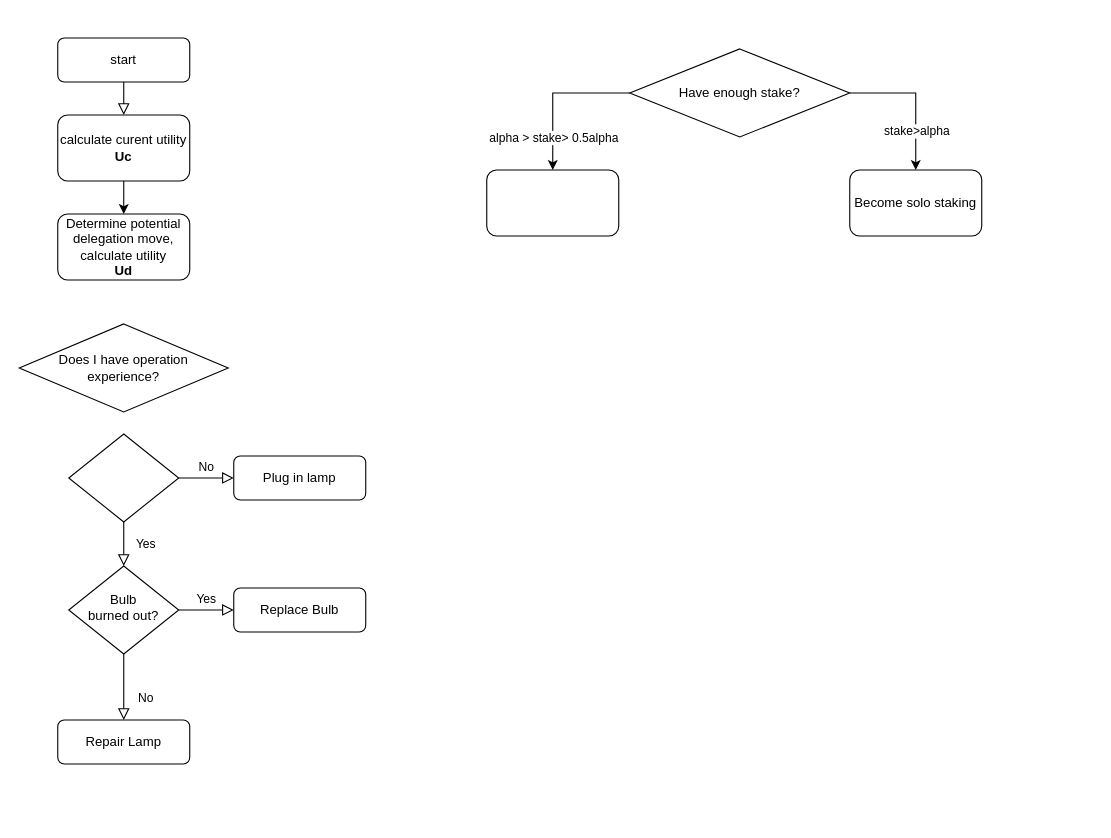
Above: 未命名绘图.drawio in miyinan/Rewards-Sharing-Simulation-Engine (draw.io), before the change. Source tidied: cells renumbered, new cells numbered last; positions are measured from the earlier drawing's top-left corner, leaving out a move shared by most shapes. Both pictures are drawn from the tidied source at 110%, with x=0, y=0 at pixel (19, 37).
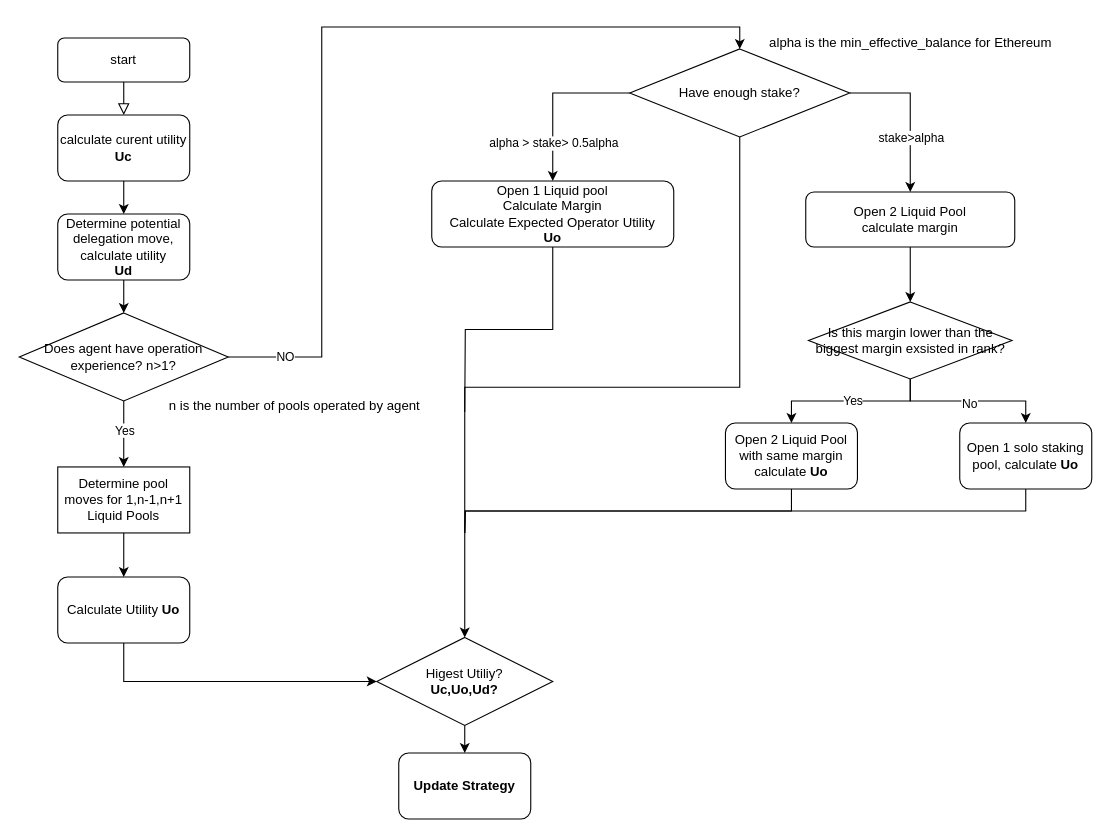
The same page after the edit.

The change refers to these unchanged cells:
```xml
<mxCell id="15" value="Determine potential delegation move, calculate utility&lt;br&gt;&lt;b&gt;Ud&lt;/b&gt;" style="rounded=1;whiteSpace=wrap;html=1;" parent="1" vertex="1">
  <mxGeometry x="35" y="160" width="120" height="60" as="geometry" />
</mxCell>
<mxCell id="19" style="edgeStyle=orthogonalEdgeStyle;rounded=0;jettySize=auto;html=1;exitX=1;exitY=0.5;exitDx=0;exitDy=0;" parent="1" edge="1" source="21" target="22">
  <mxGeometry relative="1" as="geometry" />
</mxCell>
<mxCell id="21" value="Have enough stake?" style="rhombus;whiteSpace=wrap;html=1;" parent="1" vertex="1">
  <mxGeometry x="555" y="10" width="200" height="80" as="geometry" />
</mxCell>
```

Change to the diagram source:
```diff
@@
-    <mxCell id="4" value="Yes" style="rounded=0;html=1;jettySize=auto;fontSize=11;endArrow=block;endFill=0;endSize=8;strokeWidth=1;shadow=0;labelBackgroundColor=none;edgeStyle=orthogonalEdgeStyle;" parent="1" edge="1" source="6" target="10">
-      <mxGeometry y="20" relative="1" as="geometry" />
-    </mxCell>
-    <mxCell id="5" value="No" style="edgeStyle=orthogonalEdgeStyle;rounded=0;html=1;jettySize=auto;fontSize=11;endArrow=block;endFill=0;endSize=8;strokeWidth=1;shadow=0;labelBackgroundColor=none;" parent="1" edge="1" source="6" target="7">
-      <mxGeometry y="10" relative="1" as="geometry" />
-    </mxCell>
-    <mxCell id="6" style="rhombus;whiteSpace=wrap;html=1;shadow=0;fontFamily=Helvetica;fontSize=12;align=center;strokeWidth=1;spacing=6;spacingTop=-4;" parent="1" vertex="1">
-      <mxGeometry x="45" y="360" width="100" height="80" as="geometry" />
-    </mxCell>
-    <mxCell id="7" value="Plug in lamp" style="rounded=1;whiteSpace=wrap;html=1;fontSize=12;glass=0;strokeWidth=1;shadow=0;" parent="1" vertex="1">
-      <mxGeometry x="195" y="380" width="120" height="40" as="geometry" />
-    </mxCell>
-    <mxCell id="8" value="No" style="rounded=0;html=1;jettySize=auto;fontSize=11;endArrow=block;endFill=0;endSize=8;strokeWidth=1;shadow=0;labelBackgroundColor=none;edgeStyle=orthogonalEdgeStyle;" parent="1" edge="1" source="10" target="11">
-      <mxGeometry x="0.33" y="20" relative="1" as="geometry" />
-    </mxCell>
-    <mxCell id="9" value="Yes" style="edgeStyle=orthogonalEdgeStyle;rounded=0;html=1;jettySize=auto;fontSize=11;endArrow=block;endFill=0;endSize=8;strokeWidth=1;shadow=0;labelBackgroundColor=none;" parent="1" edge="1" source="10" target="12">
-      <mxGeometry y="10" relative="1" as="geometry" />
-    </mxCell>
-    <mxCell id="10" value="Bulb&lt;br&gt;burned out?" style="rhombus;whiteSpace=wrap;html=1;shadow=0;fontFamily=Helvetica;fontSize=12;align=center;strokeWidth=1;spacing=6;spacingTop=-4;" parent="1" vertex="1">
-      <mxGeometry x="45" y="480" width="100" height="80" as="geometry" />
-    </mxCell>
-    <mxCell id="11" value="Repair Lamp" style="rounded=1;whiteSpace=wrap;html=1;fontSize=12;glass=0;strokeWidth=1;shadow=0;" parent="1" vertex="1">
-      <mxGeometry x="35" y="620" width="120" height="40" as="geometry" />
-    </mxCell>
-    <mxCell id="12" value="Replace Bulb" style="rounded=1;whiteSpace=wrap;html=1;fontSize=12;glass=0;strokeWidth=1;shadow=0;" parent="1" vertex="1">
-      <mxGeometry x="195" y="500" width="120" height="40" as="geometry" />
-    </mxCell>
@@
+    <mxCell id="24" style="edgeStyle=orthogonalEdgeStyle;rounded=0;jettySize=auto;html=1;" parent="1" edge="1" source="15" target="16">
+      <mxGeometry relative="1" as="geometry" />
+    </mxCell>
@@
+    <mxCell id="25" style="edgeStyle=orthogonalEdgeStyle;rounded=0;jettySize=auto;html=1;" parent="1" edge="1" source="16" target="43">
+      <mxGeometry relative="1" as="geometry" />
+    </mxCell>
+    <mxCell id="26" value="Yes" style="edgeLabel;html=1;align=center;verticalAlign=middle;" parent="25" vertex="1">
+      <mxGeometry x="-0.15" relative="1" as="geometry" />
+    </mxCell>
+    <mxCell id="27" style="edgeStyle=orthogonalEdgeStyle;rounded=0;jettySize=auto;html=1;exitX=1;exitY=0.5;exitDx=0;exitDy=0;entryX=0.5;entryY=0;entryDx=0;entryDy=0;" parent="1" edge="1" source="16" target="21">
+      <mxGeometry relative="1" as="geometry">
+        <Array as="points">
+          <mxPoint x="275" y="290" />
+          <mxPoint x="275" y="-10" />
+          <mxPoint x="655" y="-10" />
+        </Array>
+      </mxGeometry>
+    </mxCell>
+    <mxCell id="28" value="NO" style="edgeLabel;html=1;align=center;verticalAlign=middle;" parent="27" vertex="1">
+      <mxGeometry x="-0.87" y="1" relative="1" as="geometry" />
+    </mxCell>
-    <mxCell id="16" value="Does I have operation &lt;br&gt;experience?" style="rhombus;whiteSpace=wrap;html=1;" parent="1" vertex="1">
-      <mxGeometry y="260" width="190" height="80" as="geometry" />
+    <mxCell id="16" value="Does agent have operation &lt;br&gt;experience? n&amp;gt;1?" style="rhombus;whiteSpace=wrap;html=1;" parent="1" vertex="1">
+      <mxGeometry y="250" width="190" height="80" as="geometry" />
     </mxCell>
     <mxCell id="17" style="edgeStyle=orthogonalEdgeStyle;rounded=0;jettySize=auto;html=1;entryX=0.5;entryY=0;entryDx=0;entryDy=0;" parent="1" edge="1" source="21" target="23">
-      <mxGeometry relative="1" as="geometry" />
+      <mxGeometry relative="1" as="geometry">
+        <Array as="points">
+          <mxPoint x="485" y="50" />
+          <mxPoint x="485" y="130" />
+        </Array>
+      </mxGeometry>
     </mxCell>
@@
     <mxCell id="20" value="stake&amp;gt;alpha" style="edgeLabel;html=1;align=center;verticalAlign=middle;" parent="19" vertex="1">
-      <mxGeometry x="0.45" relative="1" as="geometry" />
+      <mxGeometry x="0.45" relative="1" as="geometry">
+        <mxPoint y="-10" as="offset" />
+      </mxGeometry>
     </mxCell>
+    <mxCell id="29" style="edgeStyle=orthogonalEdgeStyle;rounded=0;jettySize=auto;html=1;exitX=0.5;exitY=1;exitDx=0;exitDy=0;entryX=0.5;entryY=0;entryDx=0;entryDy=0;" parent="1" edge="1" source="21" target="47">
+      <mxGeometry relative="1" as="geometry" />
+    </mxCell>
@@
+    <mxCell id="30" style="edgeStyle=orthogonalEdgeStyle;rounded=0;jettySize=auto;html=1;" parent="1" edge="1" source="22" target="36">
+      <mxGeometry relative="1" as="geometry" />
+    </mxCell>
-    <mxCell id="22" value="Become solo staking" style="rounded=1;whiteSpace=wrap;html=1;" parent="1" vertex="1">
-      <mxGeometry x="755" y="120" width="120" height="60" as="geometry" />
+    <mxCell id="22" value="Open 2 Liquid Pool&lt;br&gt;calculate margin" style="rounded=1;whiteSpace=wrap;html=1;" parent="1" vertex="1">
+      <mxGeometry x="715" y="140" width="190" height="50" as="geometry" />
     </mxCell>
+    <mxCell id="31" style="edgeStyle=orthogonalEdgeStyle;rounded=0;jettySize=auto;html=1;exitX=0.5;exitY=1;exitDx=0;exitDy=0;endArrow=none;endFill=0;" parent="1" edge="1" source="23">
+      <mxGeometry relative="1" as="geometry">
+        <mxPoint x="405" y="340" as="targetPoint" />
+      </mxGeometry>
+    </mxCell>
-    <mxCell id="23" style="rounded=1;whiteSpace=wrap;html=1;" parent="1" vertex="1">
-      <mxGeometry x="425" y="120" width="120" height="60" as="geometry" />
+    <mxCell id="23" value="&lt;font style=&quot;font-size: 12px;&quot;&gt;&lt;font style=&quot;font-size: 12px;&quot;&gt;Open 1 Liquid pool&lt;br&gt;Calculate Margin&lt;br&gt;Calculate Expected Operator Utility &lt;br&gt;&lt;/font&gt;&lt;b&gt;Uo&lt;/b&gt;&lt;/font&gt;" style="rounded=1;whiteSpace=wrap;html=1;" parent="1" vertex="1">
+      <mxGeometry x="375" y="130" width="220" height="60" as="geometry" />
     </mxCell>
+    <mxCell id="32" style="edgeStyle=orthogonalEdgeStyle;rounded=0;jettySize=auto;html=1;" parent="1" edge="1" source="36" target="40">
+      <mxGeometry relative="1" as="geometry" />
+    </mxCell>
+    <mxCell id="33" value="No" style="edgeLabel;html=1;align=center;verticalAlign=middle;" parent="32" vertex="1">
+      <mxGeometry y="-2" relative="1" as="geometry" />
+    </mxCell>
+    <mxCell id="34" style="edgeStyle=orthogonalEdgeStyle;rounded=0;jettySize=auto;html=1;exitX=0.5;exitY=1;exitDx=0;exitDy=0;entryX=0.5;entryY=0;entryDx=0;entryDy=0;" parent="1" edge="1" source="36" target="38">
+      <mxGeometry relative="1" as="geometry" />
+    </mxCell>
+    <mxCell id="35" value="Yes" style="edgeLabel;html=1;align=center;verticalAlign=middle;" parent="34" vertex="1">
+      <mxGeometry x="-0.02" y="-1" relative="1" as="geometry" />
+    </mxCell>
+    <mxCell id="36" value="Is this margin lower than the biggest margin exsisted in rank?" style="rhombus;whiteSpace=wrap;html=1;" parent="1" vertex="1">
+      <mxGeometry x="717.5" y="240" width="185" height="70" as="geometry" />
+    </mxCell>
+    <mxCell id="37" style="edgeStyle=orthogonalEdgeStyle;rounded=0;jettySize=auto;html=1;exitX=0.5;exitY=1;exitDx=0;exitDy=0;horizontal=1;startArrow=none;startFill=0;endArrow=none;endFill=0;" parent="1" edge="1" source="38">
+      <mxGeometry relative="1" as="geometry">
+        <mxPoint x="405" y="450" as="targetPoint" />
+      </mxGeometry>
+    </mxCell>
+    <mxCell id="38" value="Open 2 Liquid Pool with same margin&lt;br&gt;calculate &lt;b&gt;Uo&lt;/b&gt;" style="rounded=1;whiteSpace=wrap;html=1;" parent="1" vertex="1">
+      <mxGeometry x="642" y="350" width="120" height="60" as="geometry" />
+    </mxCell>
+    <mxCell id="39" style="edgeStyle=orthogonalEdgeStyle;rounded=0;jettySize=auto;html=1;exitX=0.5;exitY=1;exitDx=0;exitDy=0;endArrow=none;endFill=0;" parent="1" edge="1" source="40">
+      <mxGeometry relative="1" as="geometry">
+        <mxPoint x="405" y="450" as="targetPoint" />
+      </mxGeometry>
+    </mxCell>
+    <mxCell id="40" value="Open 1 solo staking pool, calculate &lt;b&gt;Uo&lt;/b&gt;" style="rounded=1;whiteSpace=wrap;html=1;" parent="1" vertex="1">
+      <mxGeometry x="855" y="350" width="120" height="60" as="geometry" />
+    </mxCell>
+    <mxCell id="41" style="edgeStyle=orthogonalEdgeStyle;rounded=0;orthogonalLoop=1;jettySize=auto;html=1;entryX=0.5;entryY=0;entryDx=0;entryDy=0;" parent="1" edge="1">
+      <mxGeometry relative="1" as="geometry">
+        <mxPoint x="95" y="370" as="sourcePoint" />
+        <mxPoint x="95" y="370" as="targetPoint" />
+      </mxGeometry>
+    </mxCell>
+    <mxCell id="42" style="edgeStyle=orthogonalEdgeStyle;rounded=0;jettySize=auto;html=1;" parent="1" edge="1" source="43" target="45">
+      <mxGeometry relative="1" as="geometry" />
+    </mxCell>
+    <mxCell id="43" value="Determine pool moves for 1,n-1,n+1 Liquid Pools" style="whiteSpace=wrap;html=1;" parent="1" vertex="1">
+      <mxGeometry x="35" y="390" width="120" height="60" as="geometry" />
+    </mxCell>
+    <mxCell id="44" style="edgeStyle=orthogonalEdgeStyle;rounded=0;jettySize=auto;html=1;exitX=0.5;exitY=1;exitDx=0;exitDy=0;entryX=0;entryY=0.5;entryDx=0;entryDy=0;" parent="1" edge="1" source="45" target="47">
+      <mxGeometry relative="1" as="geometry" />
+    </mxCell>
+    <mxCell id="45" value="Calculate Utility &lt;b&gt;Uo&lt;/b&gt;" style="rounded=1;whiteSpace=wrap;html=1;" parent="1" vertex="1">
+      <mxGeometry x="35" y="490" width="120" height="60" as="geometry" />
+    </mxCell>
+    <mxCell id="46" style="edgeStyle=orthogonalEdgeStyle;rounded=0;jettySize=auto;html=1;" parent="1" edge="1" source="47" target="50">
+      <mxGeometry relative="1" as="geometry" />
+    </mxCell>
+    <mxCell id="47" value="Higest Utiliy?&lt;br&gt;&lt;b&gt;Uc,Uo,Ud?&lt;/b&gt;" style="rhombus;whiteSpace=wrap;html=1;" parent="1" vertex="1">
+      <mxGeometry x="325" y="545" width="160" height="80" as="geometry" />
+    </mxCell>
+    <mxCell id="48" value="alpha is the min_effective_balance for Ethereum" style="text;html=1;align=center;verticalAlign=middle;strokeColor=none;fillColor=none;" parent="1" vertex="1">
+      <mxGeometry x="670" y="-10" width="280" height="30" as="geometry" />
+    </mxCell>
+    <mxCell id="49" value="n is the number of pools operated by agent" style="text;html=1;align=center;verticalAlign=middle;strokeColor=none;fillColor=none;" parent="1" vertex="1">
+      <mxGeometry x="125" y="320" width="250" height="30" as="geometry" />
+    </mxCell>
+    <mxCell id="50" value="&lt;b&gt;Update Strategy&lt;/b&gt;" style="rounded=1;whiteSpace=wrap;html=1;" parent="1" vertex="1">
+      <mxGeometry x="345" y="650" width="120" height="60" as="geometry" />
+    </mxCell>
```
